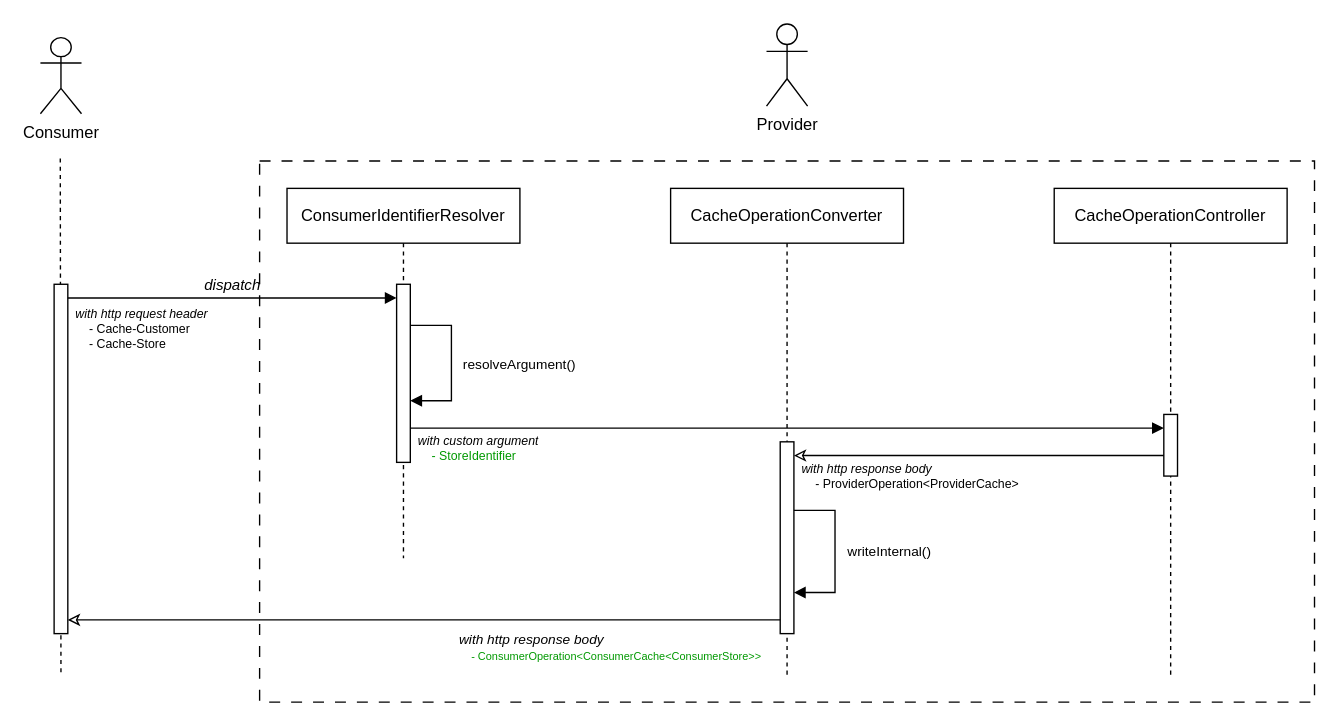
Above: assets/retrieval.drawio in RicciLiao/ricci-mcp-svc (draw.io), before the change. Source tidied: cells renumbered, new cells numbered last; positions are measured from the earlier drawing's top-left corner, leaving out a move shared by most shapes. Both pictures are drawn from the tidied source at 137%, with x=0, y=0 at pixel (40, 23).
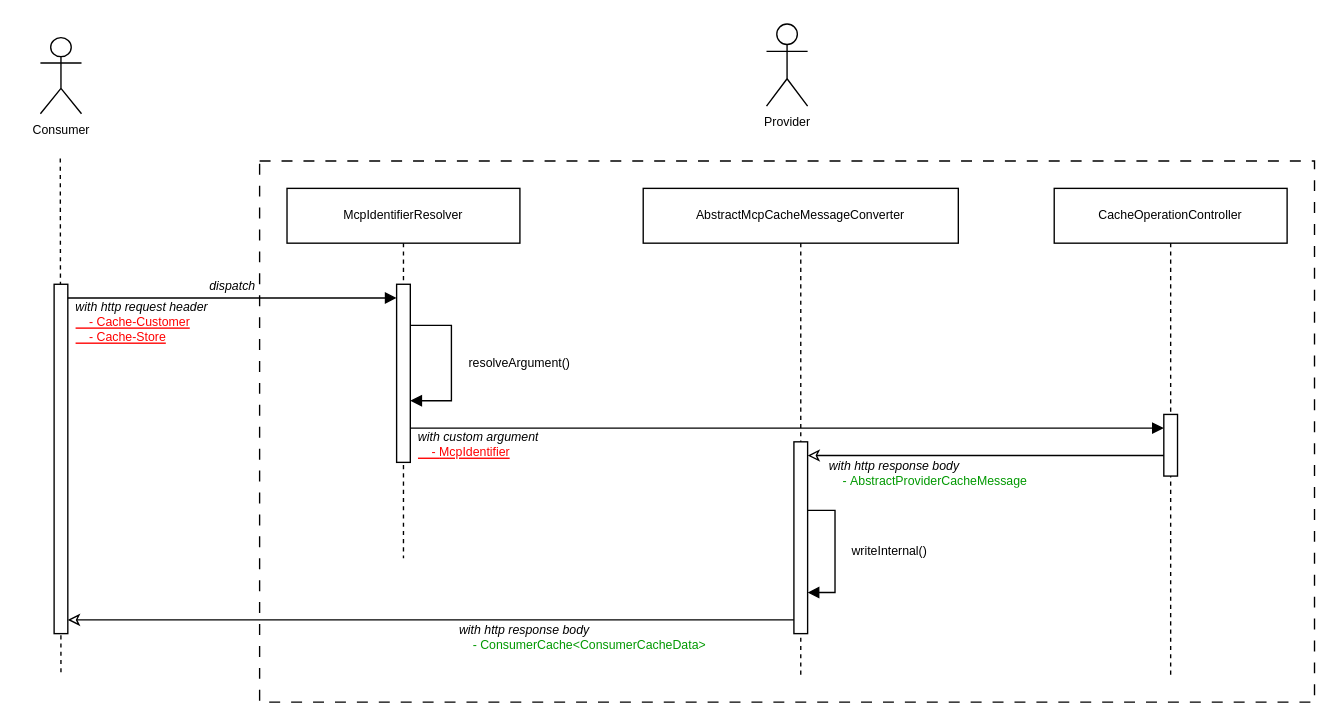
The same page after the edit.

The edit, as a diff of the source:
```diff
@@
-    <mxCell id="2" style="whiteSpace=wrap;html=1;dashed=1;dashPattern=8 8;fillColor=none;" parent="1" vertex="1">
+    <mxCell id="2" style="whiteSpace=wrap;html=1;dashed=1;dashPattern=8 8;fillColor=none;fontSize=9;" parent="1" vertex="1">
       <mxGeometry x="160" y="100" width="770" height="395" as="geometry" />
     </mxCell>
-    <mxCell id="3" style="edgeStyle=none;orthogonalLoop=1;jettySize=auto;html=1;rounded=0;dashed=1;endArrow=none;startFill=0;curved=0;jumpSize=1;endSize=0;startSize=0;targetPerimeterSpacing=0;strokeWidth=1;fontColor=light-dark(#000000,#EDEDED);" parent="1" edge="1">
+    <mxCell id="3" style="edgeStyle=none;orthogonalLoop=1;jettySize=auto;html=1;rounded=0;dashed=1;endArrow=none;startFill=0;curved=0;jumpSize=1;endSize=0;startSize=0;targetPerimeterSpacing=0;strokeWidth=1;fontColor=light-dark(#000000,#EDEDED);fontSize=9;" parent="1" edge="1">
       <mxGeometry relative="1" as="geometry">
         <mxPoint x="14.5" y="98.2" as="sourcePoint" />
         <mxPoint x="15" y="475" as="targetPoint" />
       </mxGeometry>
     </mxCell>
-    <mxCell id="4" value="Provider" style="shape=umlActor;verticalLabelPosition=bottom;verticalAlign=top;html=1;fillColor=none;" parent="1" vertex="1">
+    <mxCell id="4" value="Provider" style="shape=umlActor;verticalLabelPosition=bottom;verticalAlign=top;html=1;fillColor=none;fontSize=9;" parent="1" vertex="1">
       <mxGeometry x="530" width="30" height="60" as="geometry" />
     </mxCell>
-    <mxCell id="5" value="ConsumerIdentifierResolver" style="shape=umlLifeline;perimeter=lifelinePerimeter;whiteSpace=wrap;html=1;newEdgeStyle={&quot;curved&quot;:0,&quot;rounded&quot;:0};fillColor=none;" parent="1" vertex="1">
+    <mxCell id="5" value="McpIdentifierResolver" style="shape=umlLifeline;perimeter=lifelinePerimeter;whiteSpace=wrap;html=1;newEdgeStyle={&quot;curved&quot;:0,&quot;rounded&quot;:0};fillColor=none;fontSize=9;" parent="1" vertex="1">
       <mxGeometry x="180" y="120" width="170" height="270" as="geometry" />
     </mxCell>
-    <mxCell id="6" style="html=1;points=[[0,0,0,0,5],[0,1,0,0,-5],[1,0,0,0,5],[1,1,0,0,-5]];perimeter=orthogonalPerimeter;outlineConnect=0;targetShapes=umlLifeline;portConstraint=eastwest;newEdgeStyle={&quot;curved&quot;:0,&quot;rounded&quot;:0};" parent="5" vertex="1">
+    <mxCell id="6" style="html=1;points=[[0,0,0,0,5],[0,1,0,0,-5],[1,0,0,0,5],[1,1,0,0,-5]];perimeter=orthogonalPerimeter;outlineConnect=0;targetShapes=umlLifeline;portConstraint=eastwest;newEdgeStyle={&quot;curved&quot;:0,&quot;rounded&quot;:0};fontSize=9;" parent="5" vertex="1">
       <mxGeometry x="80" y="70" width="10" height="130" as="geometry" />
     </mxCell>
-    <mxCell id="7" style="html=1;points=[[0,0,0,0,5],[0,1,0,0,-5],[1,0,0,0,5],[1,1,0,0,-5]];perimeter=orthogonalPerimeter;outlineConnect=0;targetShapes=umlLifeline;portConstraint=eastwest;newEdgeStyle={&quot;curved&quot;:0,&quot;rounded&quot;:0};" parent="1" vertex="1">
+    <mxCell id="7" style="html=1;points=[[0,0,0,0,5],[0,1,0,0,-5],[1,0,0,0,5],[1,1,0,0,-5]];perimeter=orthogonalPerimeter;outlineConnect=0;targetShapes=umlLifeline;portConstraint=eastwest;newEdgeStyle={&quot;curved&quot;:0,&quot;rounded&quot;:0};fontSize=9;" parent="1" vertex="1">
       <mxGeometry x="10" y="190" width="10" height="255" as="geometry" />
     </mxCell>
-    <mxCell id="8" value="&lt;font&gt;&lt;i&gt;with http request header&lt;/i&gt;&lt;/font&gt;&lt;div&gt;&amp;nbsp; &amp;nbsp; -&amp;nbsp;Cache-Customer&lt;/div&gt;&lt;div&gt;&amp;nbsp; &amp;nbsp; -&amp;nbsp;Cache-Store&lt;/div&gt;" style="text;align=left;verticalAlign=middle;spacingLeft=4;spacingRight=4;overflow=hidden;whiteSpace=wrap;html=1;fontSize=9;" parent="1" vertex="1">
-      <mxGeometry x="20" y="200" width="240" height="45" as="geometry" />
+    <mxCell id="8" value="&lt;font&gt;&lt;i&gt;with http request header&lt;/i&gt;&lt;/font&gt;&lt;div&gt;&lt;font style=&quot;color: rgb(255, 0, 0);&quot;&gt;&lt;u&gt;&amp;nbsp; &amp;nbsp; -&amp;nbsp;Cache-Customer&lt;/u&gt;&lt;/font&gt;&lt;/div&gt;&lt;div&gt;&lt;font style=&quot;color: rgb(255, 0, 0);&quot;&gt;&lt;u&gt;&amp;nbsp; &amp;nbsp; -&amp;nbsp;Cache-Store&lt;/u&gt;&lt;/font&gt;&lt;/div&gt;" style="text;align=left;verticalAlign=middle;spacingLeft=4;spacingRight=4;overflow=hidden;whiteSpace=wrap;html=1;fontSize=9;" parent="1" vertex="1">
+      <mxGeometry x="20" y="199" width="240" height="37" as="geometry" />
     </mxCell>
-    <mxCell id="9" style="html=1;align=left;spacingLeft=2;endArrow=block;rounded=0;edgeStyle=orthogonalEdgeStyle;curved=0;rounded=0;fontColor=light-dark(#000000,#EDEDED);" parent="1" edge="1" target="6">
+    <mxCell id="9" style="html=1;align=left;spacingLeft=2;endArrow=block;rounded=0;edgeStyle=orthogonalEdgeStyle;curved=0;rounded=0;fontColor=light-dark(#000000,#EDEDED);fontSize=9;" parent="1" edge="1" target="6">
       <mxGeometry relative="1" as="geometry">
         <mxPoint x="270" y="220" as="sourcePoint" />
         <Array as="points">
           <mxPoint x="300" y="220" />
           <mxPoint x="300" y="275" />
         </Array>
       </mxGeometry>
     </mxCell>
-    <mxCell id="10" value="CacheOperationConverter" style="shape=umlLifeline;perimeter=lifelinePerimeter;whiteSpace=wrap;html=1;newEdgeStyle={&quot;curved&quot;:0,&quot;rounded&quot;:0};fillColor=none;" parent="1" vertex="1">
-      <mxGeometry x="460" y="120" width="170" height="355" as="geometry" />
+    <mxCell id="10" value="AbstractMcpCacheMessageConverter" style="shape=umlLifeline;perimeter=lifelinePerimeter;whiteSpace=wrap;html=1;newEdgeStyle={&quot;curved&quot;:0,&quot;rounded&quot;:0};fillColor=none;fontSize=9;" parent="1" vertex="1">
+      <mxGeometry x="440" y="120" width="230" height="355" as="geometry" />
     </mxCell>
-    <mxCell id="11" style="html=1;points=[[0,0,0,0,5],[0,1,0,0,-5],[1,0,0,0,5],[1,1,0,0,-5]];perimeter=orthogonalPerimeter;outlineConnect=0;targetShapes=umlLifeline;portConstraint=eastwest;newEdgeStyle={&quot;curved&quot;:0,&quot;rounded&quot;:0};fillColor=light-dark(#ffffff, #ededed);" parent="10" vertex="1">
-      <mxGeometry x="80" y="185" width="10" height="140" as="geometry" />
+    <mxCell id="11" style="html=1;points=[[0,0,0,0,5],[0,1,0,0,-5],[1,0,0,0,5],[1,1,0,0,-5]];perimeter=orthogonalPerimeter;outlineConnect=0;targetShapes=umlLifeline;portConstraint=eastwest;newEdgeStyle={&quot;curved&quot;:0,&quot;rounded&quot;:0};fillColor=light-dark(#ffffff, #ededed);fontSize=9;" parent="10" vertex="1">
+      <mxGeometry x="110" y="185" width="10" height="140" as="geometry" />
     </mxCell>
+    <mxCell id="14" style="html=1;align=left;spacingLeft=2;endArrow=block;rounded=0;edgeStyle=orthogonalEdgeStyle;curved=0;rounded=0;fontColor=light-dark(#000000,#EDEDED);fontSize=9;" parent="10" edge="1" source="11" target="11">
+      <mxGeometry relative="1" as="geometry">
+        <Array as="points">
+          <mxPoint x="140" y="235" />
+          <mxPoint x="140" y="295" />
+        </Array>
+      </mxGeometry>
+    </mxCell>
-    <mxCell id="12" style="html=1;verticalAlign=bottom;endArrow=block;curved=0;rounded=0;fontColor=light-dark(#000000,#EDEDED);" parent="1" edge="1">
+    <mxCell id="12" style="html=1;verticalAlign=bottom;endArrow=block;curved=0;rounded=0;fontColor=light-dark(#000000,#EDEDED);fontSize=9;" parent="1" edge="1">
       <mxGeometry relative="1" as="geometry">
         <mxPoint x="270" y="295" as="sourcePoint" />
         <mxPoint x="820" y="295" as="targetPoint" />
       </mxGeometry>
     </mxCell>
-    <mxCell id="13" value="resolveArgument()" style="text;align=center;verticalAlign=middle;spacingLeft=4;spacingRight=4;overflow=hidden;whiteSpace=wrap;html=1;fontSize=10;" parent="1" vertex="1">
+    <mxCell id="13" value="resolveArgument()" style="text;align=center;verticalAlign=middle;spacingLeft=4;spacingRight=4;overflow=hidden;whiteSpace=wrap;html=1;fontSize=9;" parent="1" vertex="1">
       <mxGeometry x="300" y="220" width="100" height="55" as="geometry" />
     </mxCell>
-    <mxCell id="14" style="html=1;align=left;spacingLeft=2;endArrow=block;rounded=0;edgeStyle=orthogonalEdgeStyle;curved=0;rounded=0;fontColor=light-dark(#000000,#EDEDED);" parent="1" edge="1">
-      <mxGeometry relative="1" as="geometry">
-        <mxPoint x="550" y="355" as="sourcePoint" />
-        <mxPoint x="550" y="415" as="targetPoint" />
-        <Array as="points">
-          <mxPoint x="580" y="355" />
-          <mxPoint x="580" y="415" />
-        </Array>
-      </mxGeometry>
-    </mxCell>
-    <mxCell id="15" value="writeInternal()" style="text;align=center;verticalAlign=middle;spacingLeft=4;spacingRight=4;overflow=hidden;whiteSpace=wrap;html=1;fontSize=10;" parent="1" vertex="1">
+    <mxCell id="15" value="writeInternal()" style="text;align=center;verticalAlign=middle;spacingLeft=4;spacingRight=4;overflow=hidden;whiteSpace=wrap;html=1;fontSize=9;" parent="1" vertex="1">
       <mxGeometry x="580" y="355" width="80" height="60" as="geometry" />
     </mxCell>
-    <mxCell id="16" value="&lt;font&gt;&lt;i&gt;with custom argument&lt;/i&gt;&lt;/font&gt;&lt;div&gt;&lt;font style=&quot;color: rgb(0, 153, 0);&quot;&gt;&amp;nbsp; &amp;nbsp; -&amp;nbsp;StoreIdentifier&lt;/font&gt;&lt;/div&gt;" style="text;align=left;verticalAlign=middle;spacingLeft=4;spacingRight=4;overflow=hidden;whiteSpace=wrap;html=1;fontSize=9;" parent="1" vertex="1">
-      <mxGeometry x="270" y="295" width="270" height="30" as="geometry" />
+    <mxCell id="16" value="&lt;font&gt;&lt;i&gt;with custom argument&lt;/i&gt;&lt;/font&gt;&lt;div&gt;&lt;font style=&quot;color: rgb(255, 0, 0);&quot;&gt;&lt;u&gt;&amp;nbsp; &amp;nbsp; -&amp;nbsp;&lt;/u&gt;&lt;/font&gt;&lt;span style=&quot;background-color: transparent;&quot;&gt;&lt;font color=&quot;#ff0000&quot;&gt;&lt;u&gt;McpIdentifier&lt;/u&gt;&lt;/font&gt;&lt;/span&gt;&lt;/div&gt;" style="text;align=left;verticalAlign=middle;spacingLeft=4;spacingRight=4;overflow=hidden;whiteSpace=wrap;html=1;fontSize=9;" parent="1" vertex="1">
+      <mxGeometry x="270" y="292" width="270" height="30" as="geometry" />
     </mxCell>
-    <mxCell id="17" value="CacheOperationController" style="shape=umlLifeline;perimeter=lifelinePerimeter;whiteSpace=wrap;html=1;newEdgeStyle={&quot;curved&quot;:0,&quot;rounded&quot;:0};fillColor=none;" parent="1" vertex="1">
+    <mxCell id="17" value="CacheOperationController" style="shape=umlLifeline;perimeter=lifelinePerimeter;whiteSpace=wrap;html=1;newEdgeStyle={&quot;curved&quot;:0,&quot;rounded&quot;:0};fillColor=none;fontSize=9;" parent="1" vertex="1">
       <mxGeometry x="740" y="120" width="170" height="355" as="geometry" />
     </mxCell>
-    <mxCell id="18" style="html=1;perimeter=orthogonalPerimeter;targetShapes=umlLifeline;newEdgeStyle={&quot;curved&quot;:0,&quot;rounded&quot;:0};" parent="17" vertex="1">
+    <mxCell id="18" style="html=1;perimeter=orthogonalPerimeter;targetShapes=umlLifeline;newEdgeStyle={&quot;curved&quot;:0,&quot;rounded&quot;:0};fontSize=9;" parent="17" vertex="1">
       <mxGeometry x="80" y="165" width="10" height="45" as="geometry" />
     </mxCell>
-    <mxCell id="19" value="&lt;div&gt;&lt;i&gt;with http response body&lt;/i&gt;&lt;/div&gt;&lt;div&gt;&lt;font style=&quot;color: rgb(0, 0, 0);&quot;&gt;&amp;nbsp; &amp;nbsp; &lt;font&gt;-&amp;nbsp;&lt;font&gt;ProviderOperation&amp;lt;ProviderCache&amp;gt;&lt;/font&gt;&lt;/font&gt;&lt;/font&gt;&lt;/div&gt;" style="text;align=left;verticalAlign=middle;spacingLeft=4;spacingRight=4;overflow=hidden;whiteSpace=wrap;html=1;fontSize=9;" parent="1" vertex="1">
-      <mxGeometry x="550" y="315" width="270" height="30" as="geometry" />
+    <mxCell id="19" value="&lt;div&gt;&lt;i&gt;with http response body&lt;/i&gt;&lt;/div&gt;&lt;div&gt;&lt;font&gt;&amp;nbsp; &amp;nbsp; &lt;font style=&quot;color: rgb(0, 153, 0);&quot;&gt;-&amp;nbsp;&lt;font&gt;AbstractProviderCacheMessage&lt;/font&gt;&lt;/font&gt;&lt;/font&gt;&lt;/div&gt;" style="text;align=left;verticalAlign=middle;spacingLeft=4;spacingRight=4;overflow=hidden;whiteSpace=wrap;html=1;fontSize=9;" parent="1" vertex="1">
+      <mxGeometry x="570" y="313" width="270" height="30" as="geometry" />
     </mxCell>
-    <mxCell id="20" style="html=1;verticalAlign=bottom;endArrow=none;curved=0;rounded=0;startArrow=classic;startFill=0;fontColor=light-dark(#000000,#EDEDED);" parent="1" edge="1">
+    <mxCell id="20" style="html=1;verticalAlign=bottom;endArrow=none;curved=0;rounded=0;startArrow=classic;startFill=0;fontColor=light-dark(#000000,#EDEDED);fontSize=9;" parent="1" edge="1" source="11">
       <mxGeometry relative="1" as="geometry">
-        <mxPoint x="550" y="315" as="sourcePoint" />
         <mxPoint x="820" y="315" as="targetPoint" />
       </mxGeometry>
     </mxCell>
-    <mxCell id="21" style="html=1;verticalAlign=bottom;endArrow=none;curved=0;rounded=0;startArrow=classic;startFill=0;fontColor=light-dark(#000000,#EDEDED);" parent="1" edge="1" source="7">
+    <mxCell id="21" style="html=1;verticalAlign=bottom;endArrow=none;curved=0;rounded=0;startArrow=classic;startFill=0;fontColor=light-dark(#000000,#EDEDED);fontSize=9;" parent="1" edge="1">
       <mxGeometry relative="1" as="geometry">
-        <mxPoint x="540" y="435" as="targetPoint" />
+        <mxPoint x="20" y="435" as="sourcePoint" />
+        <mxPoint x="550" y="435" as="targetPoint" />
       </mxGeometry>
     </mxCell>
-    <mxCell id="22" value="Consumer" style="shape=umlActor;verticalLabelPosition=bottom;verticalAlign=top;html=1;fillColor=none;" parent="1" vertex="1">
+    <mxCell id="22" value="Consumer" style="shape=umlActor;verticalLabelPosition=bottom;verticalAlign=top;html=1;fillColor=none;fontSize=9;" parent="1" vertex="1">
       <mxGeometry y="10" width="30" height="55.5" as="geometry" />
     </mxCell>
-    <mxCell id="23" value="dispatch" style="html=1;verticalAlign=bottom;endArrow=block;curved=0;rounded=0;fontStyle=2;labelBackgroundColor=none;" parent="1" edge="1" target="6">
+    <mxCell id="23" value="dispatch" style="html=1;verticalAlign=bottom;endArrow=block;curved=0;rounded=0;fontStyle=2;labelBackgroundColor=none;fontSize=9;" parent="1" edge="1" target="6">
       <mxGeometry relative="1" as="geometry">
         <mxPoint x="20" y="200" as="sourcePoint" />
       </mxGeometry>
     </mxCell>
-    <mxCell id="24" value="&lt;div&gt;&lt;i&gt;with http response body&lt;/i&gt;&lt;/div&gt;&lt;div&gt;&lt;font style=&quot;color: rgb(0, 153, 0);&quot;&gt;&lt;span style=&quot;font-size: 8px;&quot;&gt;&amp;nbsp; &amp;nbsp;&amp;nbsp;&lt;/span&gt;&lt;font style=&quot;font-size: 8px;&quot;&gt;-&amp;nbsp;&lt;/font&gt;&lt;font style=&quot;font-size: 8px; background-color: transparent;&quot;&gt;ConsumerOperation&amp;lt;ConsumerCache&amp;lt;&lt;/font&gt;&lt;span style=&quot;font-size: 8px; background-color: transparent;&quot;&gt;ConsumerStore&lt;/span&gt;&lt;span style=&quot;font-size: 8px; background-color: transparent;&quot;&gt;&amp;gt;&lt;/span&gt;&lt;span style=&quot;font-size: 8px; background-color: transparent;&quot;&gt;&amp;gt;&lt;/span&gt;&lt;/font&gt;&lt;/div&gt;" style="text;align=left;verticalAlign=middle;spacingLeft=4;spacingRight=4;overflow=hidden;whiteSpace=wrap;html=1;fontSize=10;" parent="1" vertex="1">
-      <mxGeometry x="300" y="435" width="240" height="40" as="geometry" />
+    <mxCell id="24" value="&lt;div&gt;&lt;i&gt;with http response body&lt;/i&gt;&lt;/div&gt;&lt;div&gt;&lt;font style=&quot;color: rgb(0, 153, 0);&quot;&gt;&lt;span&gt;&amp;nbsp; &amp;nbsp;&amp;nbsp;&lt;/span&gt;&lt;font&gt;-&amp;nbsp;&lt;/font&gt;&lt;/font&gt;&lt;span style=&quot;background-color: transparent;&quot;&gt;&lt;font color=&quot;#009900&quot;&gt;ConsumerCache&amp;lt;&lt;/font&gt;&lt;/span&gt;&lt;span style=&quot;background-color: transparent;&quot;&gt;&lt;font color=&quot;#009900&quot;&gt;ConsumerCacheData&lt;/font&gt;&lt;/span&gt;&lt;span style=&quot;color: rgb(0, 153, 0); background-color: transparent;&quot;&gt;&amp;gt;&lt;/span&gt;&lt;/div&gt;" style="text;align=left;verticalAlign=middle;spacingLeft=4;spacingRight=4;overflow=hidden;whiteSpace=wrap;html=1;fontSize=9;" parent="1" vertex="1">
+      <mxGeometry x="300" y="433" width="240" height="30" as="geometry" />
     </mxCell>
```
